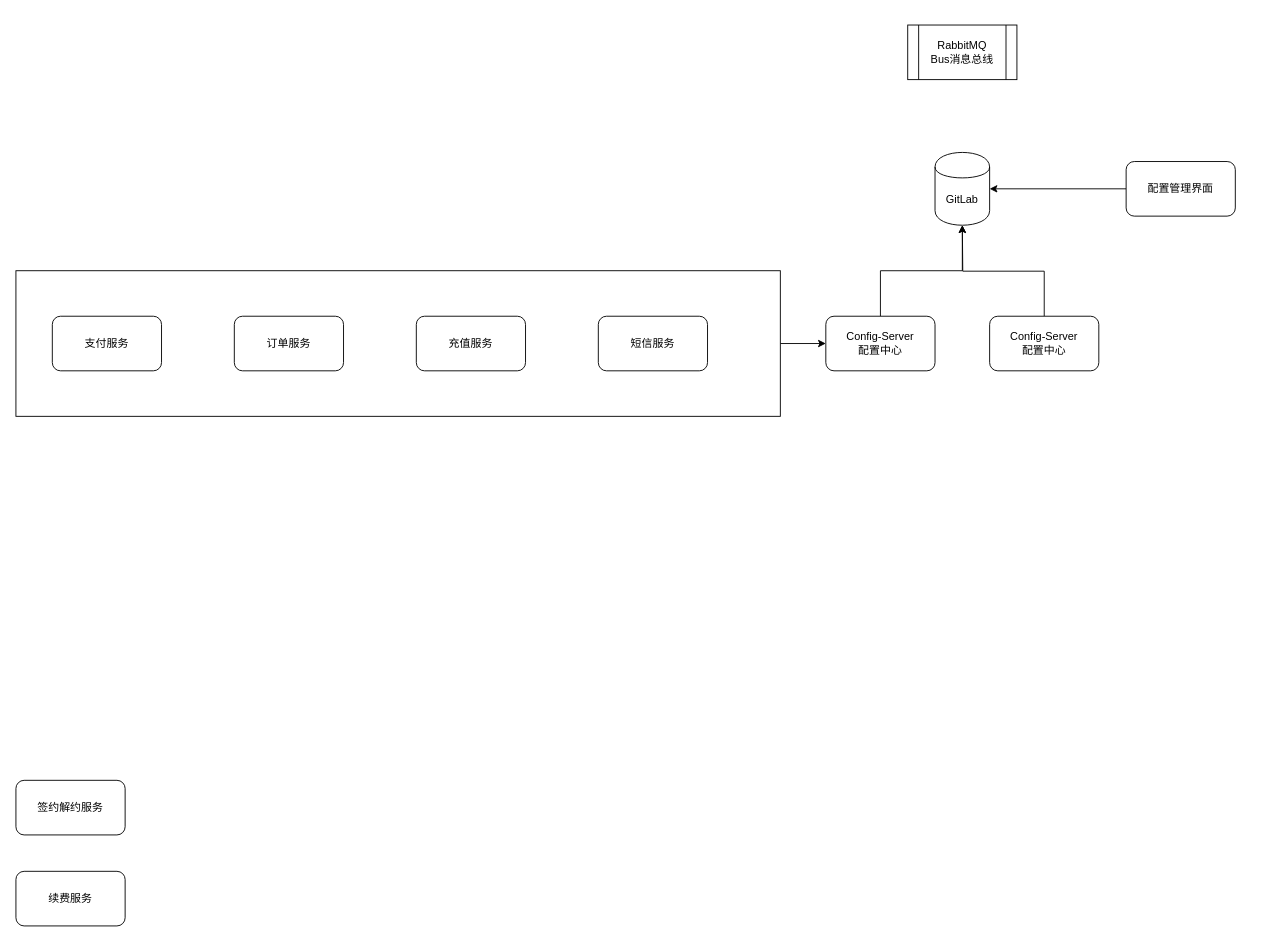
Earlier version of the draw.io diagram space/SpringCloud.drawio (lewinlee/draw.io). Source tidied: cells renumbered, new cells numbered last; positions are measured from the earlier drawing's top-left corner, leaving out a move shared by most shapes. Both pictures are drawn from the tidied source at 91%, with x=0, y=0 at pixel (15, 25).
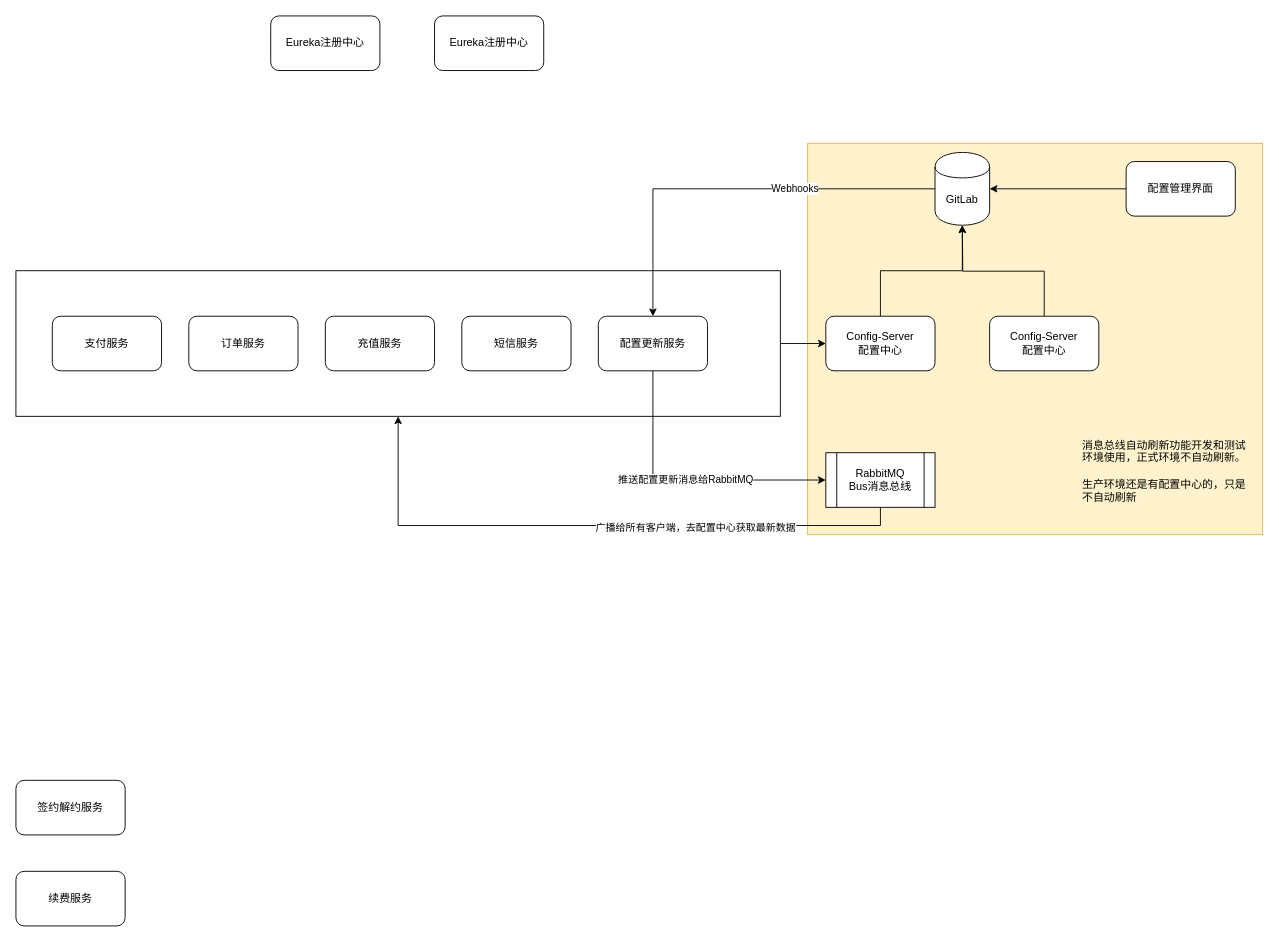
The same diagram, later.

The change refers to these unchanged cells:
```xml
<mxCell id="3" style="rounded=0;whiteSpace=wrap;html=1;" parent="1" vertex="1">
  <mxGeometry y="270" width="840" height="160" as="geometry" />
</mxCell>
<mxCell id="4" value="GitLab" style="shape=cylinder;whiteSpace=wrap;html=1;boundedLbl=1;backgroundOutline=1;" parent="1" vertex="1">
  <mxGeometry x="1010" y="140" width="60" height="80" as="geometry" />
</mxCell>
```

Change to the diagram source:
```diff
@@
+    <mxCell id="18" style="rounded=0;whiteSpace=wrap;html=1;fillColor=#fff2cc;strokeColor=#d6b656;" parent="1" vertex="1">
+      <mxGeometry x="870" y="130" width="500" height="430" as="geometry" />
+    </mxCell>
@@
+    <mxCell id="19" style="edgeStyle=orthogonalEdgeStyle;rounded=0;jettySize=auto;html=1;exitX=0;exitY=0.5;exitDx=0;exitDy=0;" parent="1" edge="1" source="4" target="23">
+      <mxGeometry relative="1" as="geometry" />
+    </mxCell>
+    <mxCell id="20" value="Webhooks" style="edgeLabel;html=1;align=center;verticalAlign=middle;" parent="19" vertex="1">
+      <mxGeometry x="-0.31" y="-1" relative="1" as="geometry" />
+    </mxCell>
@@
     <mxCell id="12" value="订单服务" style="rounded=1;whiteSpace=wrap;html=1;" parent="1" vertex="1">
-      <mxGeometry x="240" y="320" width="120" height="60" as="geometry" />
+      <mxGeometry x="190" y="320" width="120" height="60" as="geometry" />
     </mxCell>
@@
     <mxCell id="14" value="短信服务" style="rounded=1;whiteSpace=wrap;html=1;" parent="1" vertex="1">
-      <mxGeometry x="640" y="320" width="120" height="60" as="geometry" />
+      <mxGeometry x="490" y="320" width="120" height="60" as="geometry" />
     </mxCell>
@@
     <mxCell id="16" value="充值服务" style="rounded=1;whiteSpace=wrap;html=1;" parent="1" vertex="1">
-      <mxGeometry x="440" y="320" width="120" height="60" as="geometry" />
+      <mxGeometry x="340" y="320" width="120" height="60" as="geometry" />
     </mxCell>
+    <mxCell id="21" style="edgeStyle=orthogonalEdgeStyle;rounded=0;jettySize=auto;html=1;exitX=0.5;exitY=1;exitDx=0;exitDy=0;entryX=0.5;entryY=1;entryDx=0;entryDy=0;" parent="1" edge="1" source="17" target="3">
+      <mxGeometry relative="1" as="geometry" />
+    </mxCell>
+    <mxCell id="22" value="广播给所有客户端，去配置中心获取最新数据" style="edgeLabel;html=1;align=center;verticalAlign=middle;" parent="21" vertex="1">
+      <mxGeometry x="-0.33" y="2" relative="1" as="geometry" />
+    </mxCell>
     <mxCell id="17" value="RabbitMQ&lt;br&gt;Bus消息总线" style="shape=process;whiteSpace=wrap;html=1;backgroundOutline=1;" parent="1" vertex="1">
-      <mxGeometry x="980" width="120" height="60" as="geometry" />
+      <mxGeometry x="890" y="470" width="120" height="60" as="geometry" />
     </mxCell>
+    <mxCell id="23" value="配置更新服务" style="rounded=1;whiteSpace=wrap;html=1;" parent="1" vertex="1">
+      <mxGeometry x="640" y="320" width="120" height="60" as="geometry" />
+    </mxCell>
+    <mxCell id="24" style="edgeStyle=orthogonalEdgeStyle;rounded=0;jettySize=auto;html=1;exitX=0.5;exitY=1;exitDx=0;exitDy=0;entryX=0;entryY=0.5;entryDx=0;entryDy=0;" parent="1" edge="1" source="23" target="17">
+      <mxGeometry relative="1" as="geometry" />
+    </mxCell>
+    <mxCell id="25" value="推送配置更新消息给RabbitMQ" style="edgeLabel;html=1;align=center;verticalAlign=middle;" parent="24" vertex="1">
+      <mxGeometry x="-0.23" y="35" relative="1" as="geometry" />
+    </mxCell>
+    <mxCell id="26" value="消息总线自动刷新功能开发和测试环境使用，正式环境不自动刷新。&lt;br&gt;&lt;br&gt;生产环境还是有配置中心的，只是不自动刷新" style="text;html=1;strokeColor=none;fillColor=none;align=left;verticalAlign=middle;whiteSpace=wrap;rounded=0;" parent="1" vertex="1">
+      <mxGeometry x="1170" y="450" width="190" height="80" as="geometry" />
+    </mxCell>
+    <mxCell id="27" value="Eureka注册中心" style="rounded=1;whiteSpace=wrap;html=1;align=center;" parent="1" vertex="1">
+      <mxGeometry x="280" y="-10" width="120" height="60" as="geometry" />
+    </mxCell>
+    <mxCell id="28" value="Eureka注册中心" style="rounded=1;whiteSpace=wrap;html=1;align=center;" parent="1" vertex="1">
+      <mxGeometry x="460" y="-10" width="120" height="60" as="geometry" />
+    </mxCell>
```
